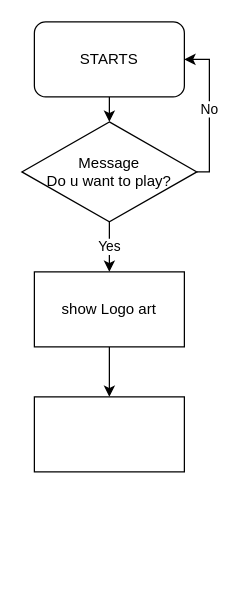
The draw.io diagram Untitled Diagram.drawio in Heitor-Saqueto/BlackJack, before the edit. Source tidied: cells renumbered, new cells numbered last; positions are measured from the earlier drawing's top-left corner, leaving out a move shared by most shapes. Both pictures are drawn from the tidied source at 125%, with x=0, y=0 at pixel (21, 21).
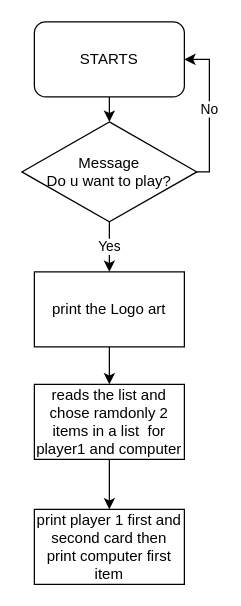
Above is the later version.

Change to the diagram source:
```diff
@@
 <mxGraphModel>
   <root>
     <mxCell id="0" />
     <mxCell id="1" parent="0" />
     <mxCell id="2" style="edgeStyle=orthogonalEdgeStyle;rounded=0;jettySize=auto;html=1;exitX=0.5;exitY=1;exitDx=0;exitDy=0;entryX=0.5;entryY=0;entryDx=0;entryDy=0;" parent="1" edge="1" source="3" target="6">
       <mxGeometry relative="1" as="geometry" />
     </mxCell>
     <mxCell id="3" value="STARTS" style="rounded=1;whiteSpace=wrap;html=1;" parent="1" vertex="1">
       <mxGeometry x="10" width="120" height="60" as="geometry" />
     </mxCell>
     <mxCell id="4" value="Yes" style="edgeStyle=orthogonalEdgeStyle;rounded=0;jettySize=auto;html=1;" parent="1" edge="1" source="6" target="8">
       <mxGeometry relative="1" as="geometry" />
     </mxCell>
     <mxCell id="5" value="No" style="edgeStyle=orthogonalEdgeStyle;rounded=0;jettySize=auto;html=1;entryX=1;entryY=0.5;entryDx=0;entryDy=0;" parent="1" edge="1" source="6" target="3">
       <mxGeometry relative="1" as="geometry">
         <Array as="points">
           <mxPoint x="150" y="120" />
           <mxPoint x="150" y="30" />
         </Array>
       </mxGeometry>
     </mxCell>
     <mxCell id="6" value="Message&lt;br style=&quot;border-color: var(--border-color);&quot;&gt;Do u want to play?" style="rhombus;whiteSpace=wrap;html=1;" parent="1" vertex="1">
       <mxGeometry y="80" width="140" height="80" as="geometry" />
     </mxCell>
     <mxCell id="7" style="edgeStyle=orthogonalEdgeStyle;rounded=0;jettySize=auto;html=1;" parent="1" edge="1" source="8" target="9">
       <mxGeometry relative="1" as="geometry" />
     </mxCell>
-    <mxCell id="8" value="show Logo art" style="whiteSpace=wrap;html=1;" parent="1" vertex="1">
+    <mxCell id="8" value="print the Logo art" style="whiteSpace=wrap;html=1;" parent="1" vertex="1">
       <mxGeometry x="10" y="200" width="120" height="60" as="geometry" />
     </mxCell>
+    <mxCell id="10" style="edgeStyle=orthogonalEdgeStyle;rounded=0;jettySize=auto;html=1;" parent="1" edge="1" source="9" target="11">
+      <mxGeometry relative="1" as="geometry" />
+    </mxCell>
-    <mxCell id="9" style="whiteSpace=wrap;html=1;" parent="1" vertex="1">
-      <mxGeometry x="10" y="300" width="120" height="60" as="geometry" />
+    <mxCell id="9" value="reads the list and chose ramdonly 2 items in a list&amp;nbsp; for player1 and computer" style="whiteSpace=wrap;html=1;" parent="1" vertex="1">
+      <mxGeometry x="10" y="290" width="120" height="60" as="geometry" />
     </mxCell>
+    <mxCell id="11" value="print player 1 first and second card then print computer first item" style="whiteSpace=wrap;html=1;" parent="1" vertex="1">
+      <mxGeometry x="10" y="390" width="120" height="60" as="geometry" />
+    </mxCell>
   </root>
 </mxGraphModel>
```
